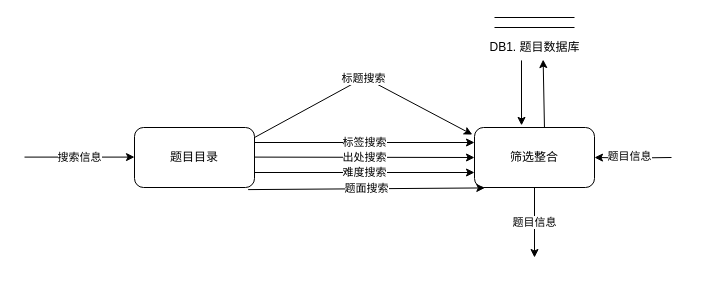
Earlier version of the draw.io diagram 分析文档/搜索整合细化.drawio (12MegaA21/CodeCode). Source tidied: cells renumbered, new cells numbered last; positions are measured from the earlier drawing's top-left corner, leaving out a move shared by most shapes. Both pictures are drawn from the tidied source at 100%, with x=0, y=0 at pixel (24, 17).
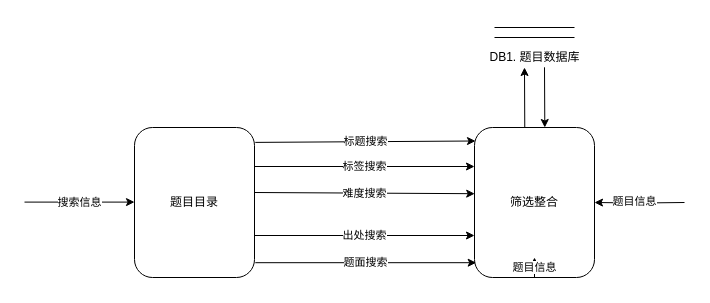
After the change.

Commit message:
更新搜索整合细化.drawio

Unchanged cells that the change refers to:
```xml
<mxCell id="14" value="DB1. 题目数据库" style="text;html=1;strokeColor=none;fillColor=none;align=center;verticalAlign=middle;whiteSpace=wrap;rounded=0;" parent="10" vertex="1">
  <mxGeometry y="20" width="95" height="20" as="geometry" />
</mxCell>
```

The edit, as a diff of the source:
```diff
@@
     <mxCell id="2" value="搜索信息" style="endArrow=classic;html=1;rounded=0;entryX=0;entryY=0.5;entryDx=0;entryDy=0;" parent="1" edge="1">
       <mxGeometry relative="1" as="geometry">
-        <mxPoint y="139.6" as="sourcePoint" />
-        <mxPoint x="110" y="139.6" as="targetPoint" />
+        <mxPoint y="184.6" as="sourcePoint" />
+        <mxPoint x="110" y="184.6" as="targetPoint" />
       </mxGeometry>
     </mxCell>
     <mxCell id="3" value="题目目录" style="rounded=1;whiteSpace=wrap;html=1;" parent="1" vertex="1">
-      <mxGeometry x="110" y="110" width="120" height="60" as="geometry" />
+      <mxGeometry x="110" y="110" width="120" height="150" as="geometry" />
     </mxCell>
-    <mxCell id="4" value="标签搜索" style="endArrow=classic;html=1;rounded=0;exitX=1;exitY=0.25;exitDx=0;exitDy=0;entryX=0;entryY=0.25;entryDx=0;entryDy=0;" parent="1" edge="1" source="3" target="7">
-      <mxGeometry relative="1" as="geometry" />
+    <mxCell id="4" value="标签搜索" style="endArrow=classic;html=1;rounded=0;exitX=1;exitY=0.25;exitDx=0;exitDy=0;entryX=0;entryY=0.25;entryDx=0;entryDy=0;" parent="1" edge="1">
+      <mxGeometry relative="1" as="geometry">
+        <mxPoint x="230" y="149" as="sourcePoint" />
+        <mxPoint x="450" y="149" as="targetPoint" />
+      </mxGeometry>
     </mxCell>
-    <mxCell id="5" value="难度搜索" style="endArrow=classic;html=1;rounded=0;entryX=0;entryY=0.75;entryDx=0;entryDy=0;exitX=1;exitY=0.75;exitDx=0;exitDy=0;" parent="1" edge="1" source="3" target="7">
-      <mxGeometry relative="1" as="geometry" />
+    <mxCell id="5" value="难度搜索" style="endArrow=classic;html=1;rounded=0;exitX=1;exitY=0.663;exitDx=0;exitDy=0;exitPerimeter=0;entryX=0.002;entryY=0.381;entryDx=0;entryDy=0;entryPerimeter=0;" parent="1" edge="1">
+      <mxGeometry relative="1" as="geometry">
+        <mxPoint x="230" y="175" as="sourcePoint" />
+        <mxPoint x="450.2" y="176.2" as="targetPoint" />
+      </mxGeometry>
     </mxCell>
-    <mxCell id="6" value="出处搜索" style="endArrow=classic;html=1;rounded=0;entryX=0;entryY=0.5;entryDx=0;entryDy=0;" parent="1" edge="1" target="7">
+    <mxCell id="6" value="出处搜索" style="endArrow=classic;html=1;rounded=0;entryX=0;entryY=0.5;entryDx=0;entryDy=0;exitX=1;exitY=0.5;exitDx=0;exitDy=0;" parent="1" edge="1">
       <mxGeometry relative="1" as="geometry">
-        <mxPoint x="230" y="139.6" as="sourcePoint" />
+        <mxPoint x="230" y="218" as="sourcePoint" />
+        <mxPoint x="450" y="218" as="targetPoint" />
       </mxGeometry>
     </mxCell>
     <mxCell id="7" value="筛选整合" style="rounded=1;whiteSpace=wrap;html=1;" parent="1" vertex="1">
-      <mxGeometry x="450" y="110" width="120" height="60" as="geometry" />
+      <mxGeometry x="450" y="110" width="120" height="150" as="geometry" />
     </mxCell>
-    <mxCell id="8" style="edgeStyle=orthogonalEdgeStyle;rounded=0;jettySize=auto;html=1;entryX=1;entryY=0.5;entryDx=0;entryDy=0;exitX=0;exitY=0.5;exitDx=0;exitDy=0;" parent="1" edge="1" target="7">
+    <mxCell id="8" style="edgeStyle=orthogonalEdgeStyle;rounded=0;jettySize=auto;html=1;entryX=1;entryY=0.5;entryDx=0;entryDy=0;" parent="1" edge="1" target="7">
       <mxGeometry relative="1" as="geometry">
-        <mxPoint x="647" y="140" as="sourcePoint" />
+        <mxPoint x="660" y="185" as="sourcePoint" />
       </mxGeometry>
     </mxCell>
@@
     <mxCell id="10" style="group;" parent="1" vertex="1">
-      <mxGeometry x="462.5" width="95" height="40" as="geometry" />
+      <mxGeometry x="462.5" y="10" width="95" height="40" as="geometry" />
     </mxCell>
@@
-    <mxCell id="15" style="endArrow=classic;html=1;rounded=0;entryX=0.591;entryY=1.104;entryDx=0;entryDy=0;entryPerimeter=0;exitX=0.583;exitY=0;exitDx=0;exitDy=0;exitPerimeter=0;" parent="1" edge="1" source="7" target="14">
-      <mxGeometry relative="1" as="geometry" />
-    </mxCell>
-    <mxCell id="16" style="endArrow=classic;html=1;rounded=0;entryX=0.392;entryY=-0.035;entryDx=0;entryDy=0;entryPerimeter=0;exitX=0.363;exitY=1.146;exitDx=0;exitDy=0;exitPerimeter=0;" parent="1" edge="1" source="14" target="7">
-      <mxGeometry relative="1" as="geometry" />
-    </mxCell>
@@
-    <mxCell id="18" value="标题搜索" style="endArrow=classic;html=1;rounded=0;entryX=-0.018;entryY=0.118;entryDx=0;entryDy=0;entryPerimeter=0;" parent="1" edge="1" target="7">
+    <mxCell id="18" value="标题搜索" style="endArrow=classic;html=1;rounded=0;exitX=1.007;exitY=0.099;exitDx=0;exitDy=0;exitPerimeter=0;entryX=0.008;entryY=0.081;entryDx=0;entryDy=0;entryPerimeter=0;" parent="1" edge="1">
       <mxGeometry relative="1" as="geometry">
-        <mxPoint x="230" y="120" as="sourcePoint" />
-        <Array as="points">
-          <mxPoint x="340" y="60" />
-        </Array>
+        <mxPoint x="230.8" y="124.9" as="sourcePoint" />
+        <mxPoint x="451" y="123.5" as="targetPoint" />
       </mxGeometry>
     </mxCell>
-    <mxCell id="19" value="题面搜索" style="endArrow=classic;html=1;rounded=0;exitX=0.947;exitY=1.035;exitDx=0;exitDy=0;exitPerimeter=0;entryX=0.086;entryY=1.007;entryDx=0;entryDy=0;entryPerimeter=0;" parent="1" edge="1" source="3" target="7">
-      <mxGeometry relative="1" as="geometry" />
+    <mxCell id="19" value="题面搜索" style="endArrow=classic;html=1;rounded=0;exitX=1.007;exitY=0.915;exitDx=0;exitDy=0;entryX=0.014;entryY=0.915;entryDx=0;entryDy=0;entryPerimeter=0;exitPerimeter=0;" parent="1" edge="1">
+      <mxGeometry relative="1" as="geometry">
+        <mxPoint x="230.8" y="245.2" as="sourcePoint" />
+        <mxPoint x="451.7" y="245.2" as="targetPoint" />
+      </mxGeometry>
     </mxCell>
+    <mxCell id="20" style="endArrow=classic;html=1;rounded=0;exitX=0.419;exitY=0.003;exitDx=0;exitDy=0;exitPerimeter=0;" parent="1" edge="1" source="7">
+      <mxGeometry relative="1" as="geometry">
+        <mxPoint x="500" y="50" as="targetPoint" />
+      </mxGeometry>
+    </mxCell>
+    <mxCell id="21" style="endArrow=classic;html=1;rounded=0;exitX=0.419;exitY=0.003;exitDx=0;exitDy=0;exitPerimeter=0;" parent="1" edge="1">
+      <mxGeometry relative="1" as="geometry">
+        <mxPoint x="520" y="49.8" as="sourcePoint" />
+        <mxPoint x="520.3" y="110" as="targetPoint" />
+      </mxGeometry>
+    </mxCell>
```
